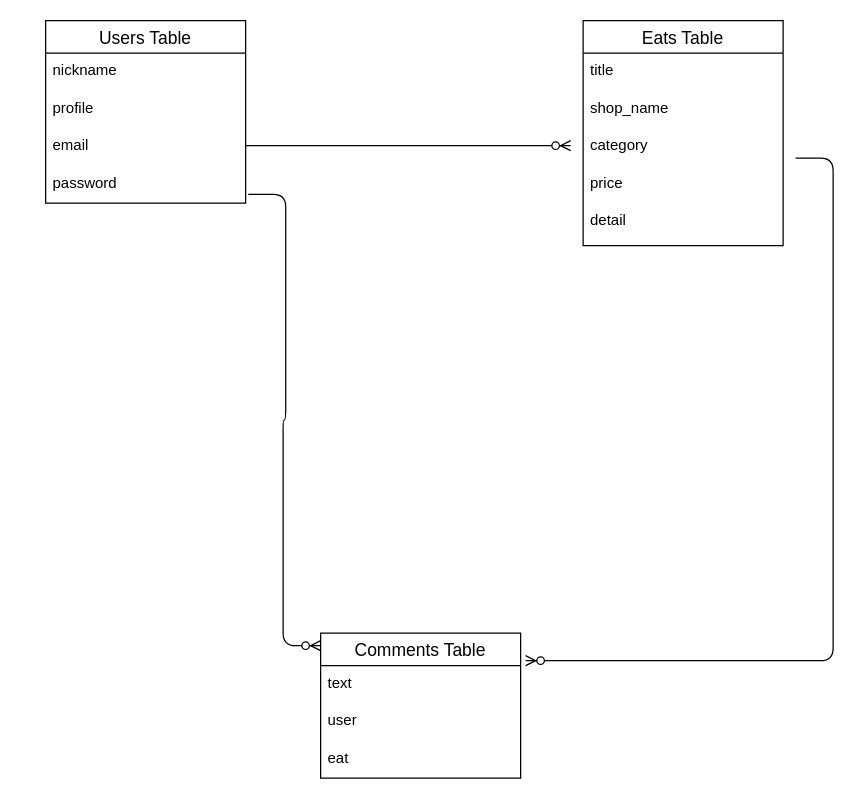
This is test.dio from takakuga/ginlun-36418, a draw.io file, before an edit. Source tidied: cells renumbered, new cells numbered last; positions are measured from the earlier drawing's top-left corner, leaving out a move shared by most shapes. Both pictures are drawn from the tidied source at 125%, with x=0, y=0 at pixel (45, 20).
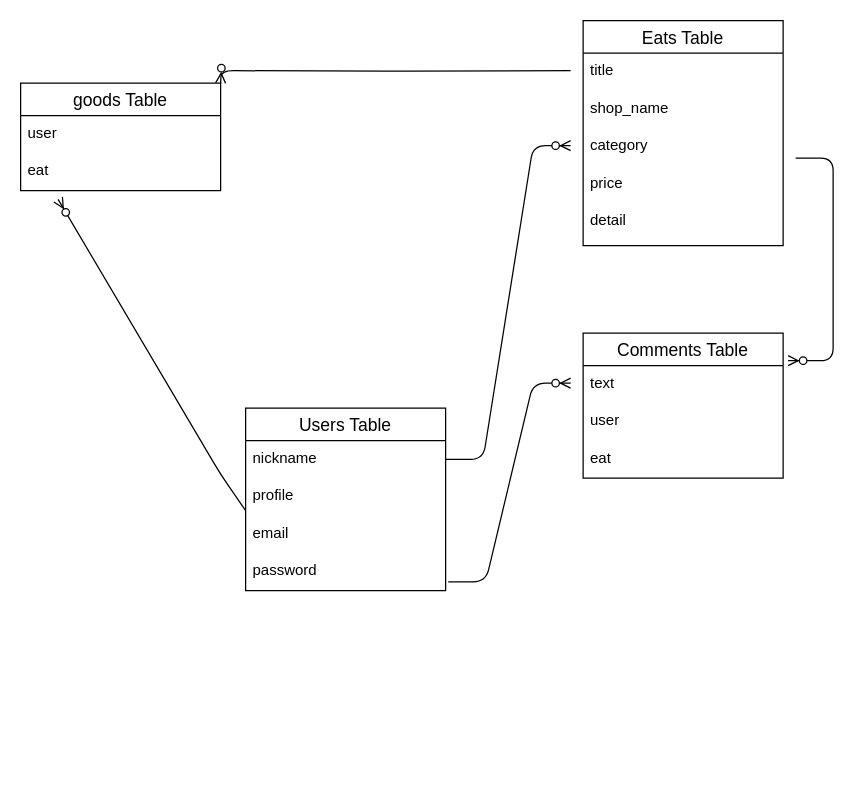
After the change.

Unchanged cells that the change refers to:
```xml
<mxCell id="3" value="nickname&#10;&#10;" style="text;strokeColor=none;fillColor=none;spacingLeft=4;spacingRight=4;overflow=hidden;points=[[0,0.5],[1,0.5]];portConstraint=eastwest;fontSize=12;" parent="2" vertex="1">
  <mxGeometry y="26" width="160" height="30" as="geometry" />
</mxCell>
<mxCell id="5" value="email" style="text;strokeColor=none;fillColor=none;spacingLeft=4;spacingRight=4;overflow=hidden;points=[[0,0.5],[1,0.5]];portConstraint=eastwest;fontSize=12;" parent="2" vertex="1">
  <mxGeometry y="86" width="160" height="30" as="geometry" />
</mxCell>
<mxCell id="6" value="password" style="text;strokeColor=none;fillColor=none;spacingLeft=4;spacingRight=4;overflow=hidden;points=[[0,0.5],[1,0.5]];portConstraint=eastwest;fontSize=12;" parent="2" vertex="1">
  <mxGeometry y="116" width="160" height="30" as="geometry" />
</mxCell>
```

Diff of the diagram source:
```diff
@@
     <mxCell id="2" value="Users Table" style="swimlane;fontStyle=0;horizontal=1;startSize=26;align=center;fontSize=14;" parent="1" vertex="1">
-      <mxGeometry width="160" height="146" as="geometry" />
+      <mxGeometry x="160" y="310" width="160" height="146" as="geometry" />
     </mxCell>
@@
     <mxCell id="13" value="Comments Table" style="swimlane;fontStyle=0;horizontal=1;startSize=26;align=center;fontSize=14;" parent="1" vertex="1">
-      <mxGeometry x="220" y="490" width="160" height="116" as="geometry" />
+      <mxGeometry x="430" y="250" width="160" height="116" as="geometry" />
     </mxCell>
@@
     <mxCell id="17" style="edgeStyle=entityRelationEdgeStyle;fontSize=12;html=1;endArrow=ERzeroToMany;endFill=1;exitX=1.013;exitY=0.767;exitDx=0;exitDy=0;exitPerimeter=0;" parent="1" edge="1" source="6">
       <mxGeometry relative="1" as="geometry">
-        <mxPoint x="220" y="500" as="targetPoint" />
+        <mxPoint x="420" y="290" as="targetPoint" />
       </mxGeometry>
     </mxCell>
@@
-    <mxCell id="19" style="edgeStyle=entityRelationEdgeStyle;fontSize=12;html=1;endArrow=ERzeroToMany;endFill=1;" parent="1" edge="1">
+    <mxCell id="19" style="edgeStyle=entityRelationEdgeStyle;fontSize=12;html=1;endArrow=ERzeroToMany;endFill=1;exitX=1;exitY=0.5;exitDx=0;exitDy=0;" parent="1" edge="1" source="3">
       <mxGeometry relative="1" as="geometry">
-        <mxPoint x="160" y="100" as="sourcePoint" />
         <mxPoint x="420" y="100" as="targetPoint" />
       </mxGeometry>
     </mxCell>
+    <mxCell id="20" value="goods Table" style="swimlane;fontStyle=0;horizontal=1;startSize=26;align=center;fontSize=14;" parent="1" vertex="1">
+      <mxGeometry x="-20" y="50" width="160" height="86" as="geometry" />
+    </mxCell>
+    <mxCell id="21" style="edgeStyle=orthogonalEdgeStyle;fontSize=12;html=1;endArrow=ERzeroToMany;endFill=1;" parent="20" edge="1">
+      <mxGeometry relative="1" as="geometry">
+        <mxPoint x="440" y="-10" as="sourcePoint" />
+        <mxPoint x="160" as="targetPoint" />
+      </mxGeometry>
+    </mxCell>
+    <mxCell id="22" value="user" style="text;strokeColor=none;fillColor=none;spacingLeft=4;spacingRight=4;overflow=hidden;fontSize=12;" parent="20" vertex="1">
+      <mxGeometry y="26" width="160" height="30" as="geometry" />
+    </mxCell>
+    <mxCell id="23" value="eat" style="text;strokeColor=none;fillColor=none;spacingLeft=4;spacingRight=4;overflow=hidden;fontSize=12;" parent="20" vertex="1">
+      <mxGeometry y="56" width="160" height="30" as="geometry" />
+    </mxCell>
+    <mxCell id="24" style="fontSize=12;html=1;endArrow=ERzeroToMany;endFill=1;exitX=0;exitY=-0.133;exitDx=0;exitDy=0;exitPerimeter=0;" parent="1" edge="1" source="5">
+      <mxGeometry relative="1" as="geometry">
+        <mxPoint x="10" y="143" as="targetPoint" />
+        <Array as="points">
+          <mxPoint x="140" y="363" />
+        </Array>
+      </mxGeometry>
+    </mxCell>
```
